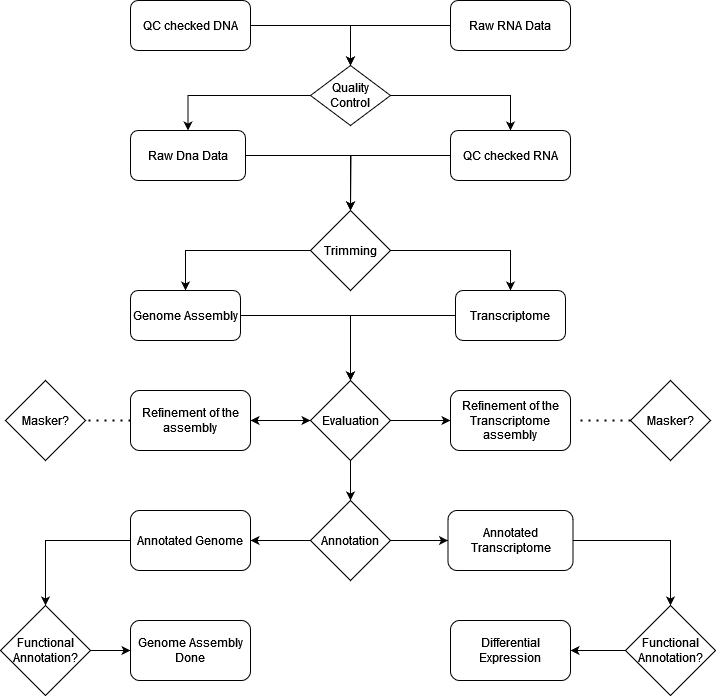
Earlier version of the draw.io export Genome_Analysis_workflow.drawio.png (MikeGenes/GenomeProject). Source tidied: cells renumbered, new cells last; positions are measured from the earlier drawing's top-left corner, leaving out a move shared by most shapes.
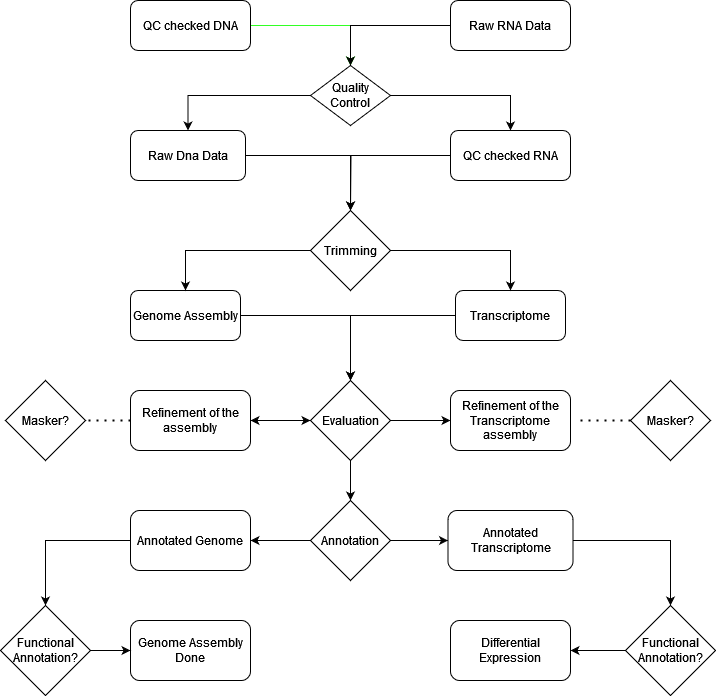
Later version of the same file.

Diff of the diagram source:
```diff
@@ -8,7 +8,7 @@
     <mxCell id="3" value="Raw Dna Data" style="rounded=1;whiteSpace=wrap;html=1;" parent="1" vertex="1">
       <mxGeometry x="130" y="130" width="115" height="50" as="geometry" />
     </mxCell>
-    <mxCell id="4" style="edgeStyle=orthogonalEdgeStyle;rounded=0;jettySize=auto;html=1;entryX=0.5;entryY=0;entryDx=0;entryDy=0;" parent="1" edge="1" source="5" target="24">
+    <mxCell id="4" style="edgeStyle=orthogonalEdgeStyle;rounded=0;jettySize=auto;html=1;entryX=0.5;entryY=0;entryDx=0;entryDy=0;strokeColor=#32FF24;" parent="1" edge="1" source="5" target="24">
       <mxGeometry relative="1" as="geometry" />
     </mxCell>
     <mxCell id="5" value="QC checked DNA" style="rounded=1;whiteSpace=wrap;html=1;" parent="1" vertex="1">
```
